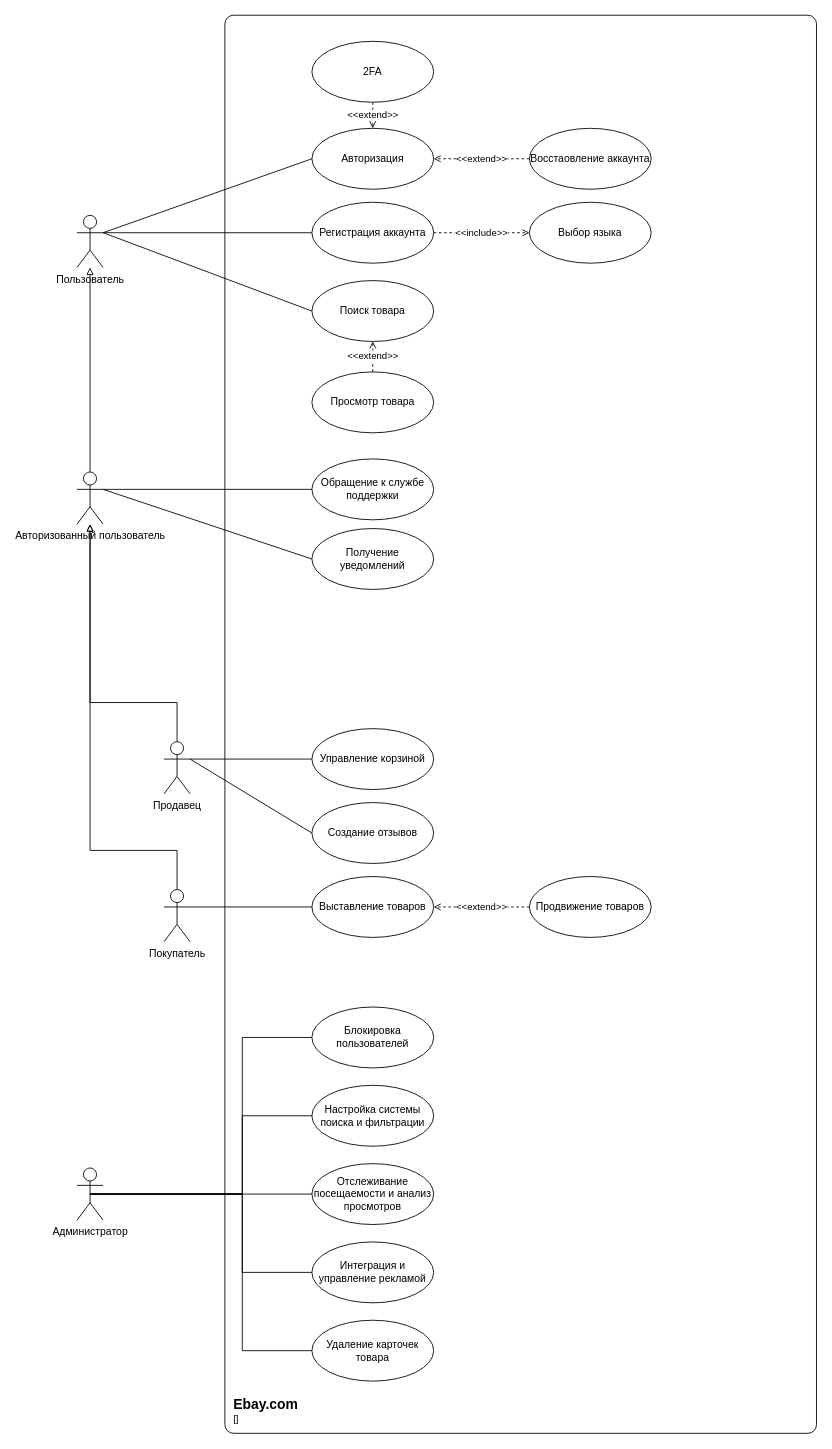
Earlier version of the draw.io diagram 2COURSE/2SEM/OPI/lab1/UseCase.drawio (graevsky/ITMO). Source tidied: cells renumbered, new cells numbered last; positions are measured from the earlier drawing's top-left corner, leaving out a move shared by most shapes. Both pictures are drawn from the tidied source at 87%, with x=0, y=0 at pixel (77, 15).
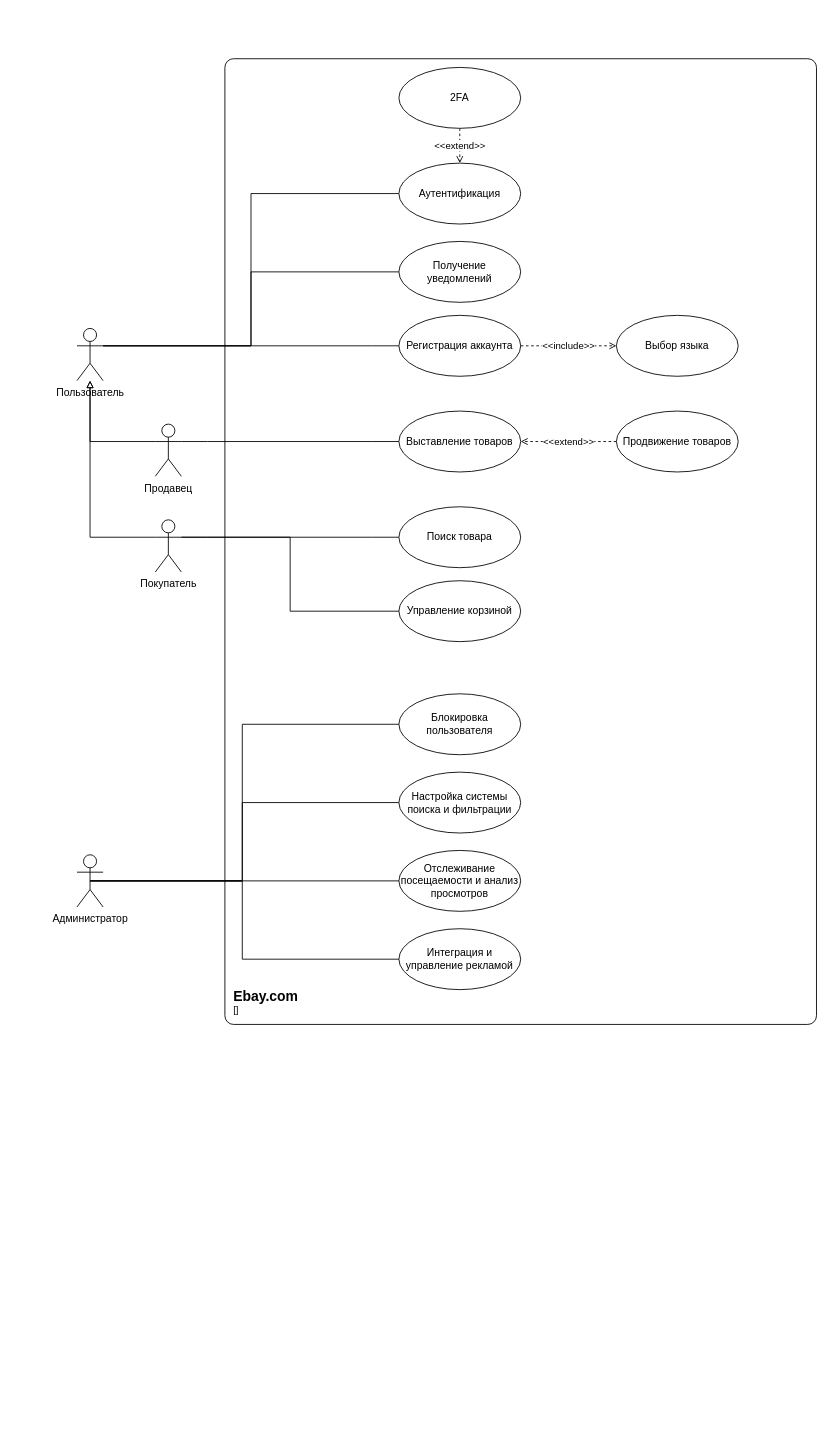
The same page after the edit.

The edit, as a diff of the source:
```diff
@@
     <mxCell id="2" value="Пользователь" style="shape=umlActor;verticalLabelPosition=bottom;verticalAlign=top;html=1;" parent="1" vertex="1">
-      <mxGeometry y="230" width="30" height="60" as="geometry" />
+      <mxGeometry y="360" width="30" height="60" as="geometry" />
     </mxCell>
     <mxCell id="3" value="Регистрация аккаунта" style="ellipse;whiteSpace=wrap;html=1;" parent="1" vertex="1">
-      <mxGeometry x="270" y="215" width="140" height="70" as="geometry" />
+      <mxGeometry x="370" y="345" width="140" height="70" as="geometry" />
     </mxCell>
@@
     <mxCell id="5" value="Поиск товара" style="ellipse;whiteSpace=wrap;html=1;" parent="1" vertex="1">
-      <mxGeometry x="270" y="305" width="140" height="70" as="geometry" />
+      <mxGeometry x="370" y="565" width="140" height="70" as="geometry" />
     </mxCell>
     <mxCell id="6" value="Управление корзиной" style="ellipse;whiteSpace=wrap;html=1;" parent="1" vertex="1">
-      <mxGeometry x="270" y="820" width="140" height="70" as="geometry" />
+      <mxGeometry x="370" y="650" width="140" height="70" as="geometry" />
     </mxCell>
     <mxCell id="7" value="Выбор языка" style="ellipse;whiteSpace=wrap;html=1;" parent="1" vertex="1">
-      <mxGeometry x="520" y="215" width="140" height="70" as="geometry" />
+      <mxGeometry x="620" y="345" width="140" height="70" as="geometry" />
     </mxCell>
+    <mxCell id="47" style="rounded=0;jettySize=auto;html=1;exitX=0;exitY=0.5;exitDx=0;exitDy=0;endArrow=none;endFill=0;entryX=1;entryY=0.3333333333333333;entryDx=0;entryDy=0;entryPerimeter=0;edgeStyle=orthogonalEdgeStyle;" parent="1" edge="1" source="8" target="2">
+      <mxGeometry relative="1" as="geometry" />
+    </mxCell>
     <mxCell id="8" value="Получение уведомлений" style="ellipse;whiteSpace=wrap;html=1;" parent="1" vertex="1">
-      <mxGeometry x="270" y="590" width="140" height="70" as="geometry" />
+      <mxGeometry x="370" y="260" width="140" height="70" as="geometry" />
     </mxCell>
@@
     <mxCell id="10" value="2FA" style="ellipse;whiteSpace=wrap;html=1;" parent="1" vertex="1">
-      <mxGeometry x="270" y="30" width="140" height="70" as="geometry" />
+      <mxGeometry x="370" y="60" width="140" height="70" as="geometry" />
     </mxCell>
+    <mxCell id="36" style="rounded=0;jettySize=auto;html=1;exitX=0;exitY=0.5;exitDx=0;exitDy=0;endArrow=none;endFill=0;entryX=1;entryY=0.3333333333333333;entryDx=0;entryDy=0;entryPerimeter=0;edgeStyle=orthogonalEdgeStyle;" parent="1" edge="1" source="11" target="2">
+      <mxGeometry relative="1" as="geometry" />
+    </mxCell>
-    <mxCell id="11" value="Авторизация" style="ellipse;whiteSpace=wrap;html=1;" parent="1" vertex="1">
-      <mxGeometry x="270" y="130" width="140" height="70" as="geometry" />
+    <mxCell id="11" value="Аутентификация" style="ellipse;whiteSpace=wrap;html=1;" parent="1" vertex="1">
+      <mxGeometry x="370" y="170" width="140" height="70" as="geometry" />
     </mxCell>
     <mxCell id="12" value="Выставление товаров" style="ellipse;whiteSpace=wrap;html=1;" parent="1" vertex="1">
-      <mxGeometry x="270" y="990" width="140" height="70" as="geometry" />
+      <mxGeometry x="370" y="455" width="140" height="70" as="geometry" />
     </mxCell>
@@
     <mxCell id="14" value="Продвижение товаров" style="ellipse;whiteSpace=wrap;html=1;" parent="1" vertex="1">
-      <mxGeometry x="520" y="990" width="140" height="70" as="geometry" />
+      <mxGeometry x="620" y="455" width="140" height="70" as="geometry" />
     </mxCell>
-    <mxCell id="15" style="edgeStyle=orthogonalEdgeStyle;rounded=0;jettySize=auto;html=1;exitX=0.5;exitY=0;exitDx=0;exitDy=0;exitPerimeter=0;endArrow=block;endFill=0;" parent="1" edge="1" source="16" target="32">
-      <mxGeometry relative="1" as="geometry">
-        <Array as="points">
-          <mxPoint x="115" y="960" />
-          <mxPoint x="15" y="960" />
-        </Array>
-      </mxGeometry>
-    </mxCell>
+    <mxCell id="35" style="edgeStyle=entityRelationEdgeStyle;rounded=0;jettySize=auto;html=1;exitX=0;exitY=0.5;exitDx=0;exitDy=0;endArrow=none;endFill=0;entryX=1;entryY=0.3333333333333333;entryDx=0;entryDy=0;entryPerimeter=0;elbow=vertical;" parent="1" edge="1" source="3" target="2">
+      <mxGeometry relative="1" as="geometry" />
+    </mxCell>
+    <mxCell id="48" style="edgeStyle=orthogonalEdgeStyle;rounded=0;jettySize=auto;html=1;exitX=0;exitY=0.3333333333333333;exitDx=0;exitDy=0;exitPerimeter=0;endArrow=block;endFill=0;" parent="1" edge="1" source="16" target="2">
+      <mxGeometry relative="1" as="geometry" />
+    </mxCell>
     <mxCell id="16" value="Покупатель" style="shape=umlActor;verticalLabelPosition=bottom;verticalAlign=top;html=1;" parent="1" vertex="1">
-      <mxGeometry x="100" y="1005" width="30" height="60" as="geometry" />
+      <mxGeometry x="90" y="580" width="30" height="60" as="geometry" />
     </mxCell>
-    <mxCell id="17" style="edgeStyle=orthogonalEdgeStyle;rounded=0;jettySize=auto;html=1;exitX=0.5;exitY=0;exitDx=0;exitDy=0;exitPerimeter=0;endArrow=block;endFill=0;" parent="1" edge="1" source="18" target="32">
-      <mxGeometry relative="1" as="geometry">
-        <Array as="points">
-          <mxPoint x="115" y="790" />
-          <mxPoint x="15" y="790" />
-        </Array>
-      </mxGeometry>
-    </mxCell>
+    <mxCell id="49" style="edgeStyle=orthogonalEdgeStyle;rounded=0;jettySize=auto;html=1;exitX=0;exitY=0.3333333333333333;exitDx=0;exitDy=0;exitPerimeter=0;endArrow=block;endFill=0;" parent="1" edge="1" source="18" target="2">
+      <mxGeometry relative="1" as="geometry" />
+    </mxCell>
     <mxCell id="18" value="Продавец" style="shape=umlActor;verticalLabelPosition=bottom;verticalAlign=top;html=1;" parent="1" vertex="1">
-      <mxGeometry x="100" y="835" width="30" height="60" as="geometry" />
+      <mxGeometry x="90" y="470" width="30" height="60" as="geometry" />
     </mxCell>
+    <mxCell id="50" style="edgeStyle=entityRelationEdgeStyle;rounded=0;jettySize=auto;html=1;exitX=0;exitY=0.5;exitDx=0;exitDy=0;entryX=1;entryY=0.3333333333333333;entryDx=0;entryDy=0;entryPerimeter=0;endArrow=none;endFill=0;" parent="1" edge="1" source="12" target="18">
+      <mxGeometry relative="1" as="geometry" />
+    </mxCell>
+    <mxCell id="51" style="edgeStyle=entityRelationEdgeStyle;rounded=0;jettySize=auto;html=1;exitX=0;exitY=0.5;exitDx=0;exitDy=0;entryX=1;entryY=0.3333333333333333;entryDx=0;entryDy=0;entryPerimeter=0;endArrow=none;endFill=0;" parent="1" edge="1" source="5" target="16">
+      <mxGeometry relative="1" as="geometry" />
+    </mxCell>
+    <mxCell id="52" style="edgeStyle=orthogonalEdgeStyle;rounded=0;jettySize=auto;html=1;exitX=0;exitY=0.5;exitDx=0;exitDy=0;entryX=1;entryY=0.3333333333333333;entryDx=0;entryDy=0;entryPerimeter=0;endArrow=none;endFill=0;" parent="1" edge="1" source="6" target="16">
+      <mxGeometry relative="1" as="geometry" />
+    </mxCell>
     <object id="19" label="&lt;font style=&quot;font-size: 16px&quot;&gt;&lt;b&gt;&lt;div style=&quot;text-align: left&quot;&gt;%c4Name%&lt;/div&gt;&lt;/b&gt;&lt;/font&gt;&lt;div style=&quot;text-align: left&quot;&gt;[%c4Application%]&lt;/div&gt;" c4Application="" c4Name="Ebay.com" placeholders="1">
       <mxCell style="rounded=1;fontSize=11;whiteSpace=wrap;html=1;arcSize=20;labelBackgroundColor=none;align=left;verticalAlign=bottom;labelBorderColor=none;spacingTop=0;spacing=10;perimeter=rectanglePerimeter;noLabel=0;labelPadding=0;absoluteArcSize=1;fillColor=none;" parent="1" vertex="1">
-        <mxGeometry x="170" width="680" height="1630" as="geometry" />
+        <mxGeometry x="170" y="50" width="680" height="1110" as="geometry" />
       </mxCell>
     </object>
     <mxCell id="20" value="Настройка системы поиска и фильтрации" style="ellipse;whiteSpace=wrap;html=1;" parent="1" vertex="1">
-      <mxGeometry x="270" y="1230" width="140" height="70" as="geometry" />
+      <mxGeometry x="370" y="870" width="140" height="70" as="geometry" />
     </mxCell>
     <mxCell id="21" value="Отслеживание посещаемости и анализ просмотров" style="ellipse;whiteSpace=wrap;html=1;" parent="1" vertex="1">
-      <mxGeometry x="270" y="1320" width="140" height="70" as="geometry" />
+      <mxGeometry x="370" y="960" width="140" height="70" as="geometry" />
     </mxCell>
     <mxCell id="22" value="Интеграция и управление рекламой" style="ellipse;whiteSpace=wrap;html=1;" parent="1" vertex="1">
-      <mxGeometry x="270" y="1410" width="140" height="70" as="geometry" />
+      <mxGeometry x="370" y="1050" width="140" height="70" as="geometry" />
     </mxCell>
     <mxCell id="23" value="Администратор" style="shape=umlActor;verticalLabelPosition=bottom;verticalAlign=top;html=1;" parent="1" vertex="1">
-      <mxGeometry y="1325" width="30" height="60" as="geometry" />
+      <mxGeometry y="965" width="30" height="60" as="geometry" />
     </mxCell>
     <mxCell id="24" style="edgeStyle=orthogonalEdgeStyle;rounded=0;jettySize=auto;html=1;exitX=0;exitY=0.5;exitDx=0;exitDy=0;entryX=0.5;entryY=0.5;entryDx=0;entryDy=0;entryPerimeter=0;endArrow=none;endFill=0;" parent="1" edge="1" source="20" target="23">
       <mxGeometry relative="1" as="geometry">
         <Array as="points">
-          <mxPoint x="190" y="1265" />
-          <mxPoint x="190" y="1355" />
+          <mxPoint x="190" y="905" />
+          <mxPoint x="190" y="995" />
         </Array>
       </mxGeometry>
     </mxCell>
@@
     <mxCell id="26" style="edgeStyle=orthogonalEdgeStyle;rounded=0;jettySize=auto;html=1;exitX=0;exitY=0.5;exitDx=0;exitDy=0;entryX=0.5;entryY=0.5;entryDx=0;entryDy=0;entryPerimeter=0;endArrow=none;endFill=0;" parent="1" edge="1" source="22" target="23">
       <mxGeometry relative="1" as="geometry">
         <Array as="points">
-          <mxPoint x="190" y="1445" />
-          <mxPoint x="190" y="1355" />
+          <mxPoint x="190" y="1085" />
+          <mxPoint x="190" y="995" />
         </Array>
       </mxGeometry>
     </mxCell>
-    <mxCell id="27" value="Блокировка пользователей" style="ellipse;whiteSpace=wrap;html=1;" parent="1" vertex="1">
-      <mxGeometry x="270" y="1140" width="140" height="70" as="geometry" />
+    <mxCell id="27" value="Блокировка пользователя" style="ellipse;whiteSpace=wrap;html=1;" parent="1" vertex="1">
+      <mxGeometry x="370" y="780" width="140" height="70" as="geometry" />
     </mxCell>
     <mxCell id="28" style="edgeStyle=orthogonalEdgeStyle;rounded=0;jettySize=auto;html=1;exitX=0;exitY=0.5;exitDx=0;exitDy=0;entryX=0.5;entryY=0.5;entryDx=0;entryDy=0;entryPerimeter=0;endArrow=none;endFill=0;" parent="1" edge="1" source="27" target="23">
       <mxGeometry relative="1" as="geometry">
         <Array as="points">
-          <mxPoint x="190" y="1175" />
-          <mxPoint x="190" y="1355" />
+          <mxPoint x="190" y="815" />
+          <mxPoint x="190" y="995" />
         </Array>
       </mxGeometry>
     </mxCell>
-    <mxCell id="29" value="Удаление карточек товара" style="ellipse;whiteSpace=wrap;html=1;" parent="1" vertex="1">
-      <mxGeometry x="270" y="1500" width="140" height="70" as="geometry" />
-    </mxCell>
-    <mxCell id="30" style="edgeStyle=orthogonalEdgeStyle;rounded=0;jettySize=auto;html=1;exitX=0;exitY=0.5;exitDx=0;exitDy=0;entryX=0.5;entryY=0.5;entryDx=0;entryDy=0;entryPerimeter=0;endArrow=none;endFill=0;" parent="1" edge="1" source="29" target="23">
-      <mxGeometry relative="1" as="geometry">
-        <Array as="points">
-          <mxPoint x="190" y="1535" />
-          <mxPoint x="190" y="1355" />
-        </Array>
-      </mxGeometry>
-    </mxCell>
-    <mxCell id="31" style="edgeStyle=orthogonalEdgeStyle;rounded=0;jettySize=auto;html=1;exitX=0.5;exitY=0;exitDx=0;exitDy=0;exitPerimeter=0;endArrow=block;endFill=0;" parent="1" edge="1" source="32" target="2">
-      <mxGeometry relative="1" as="geometry" />
-    </mxCell>
-    <mxCell id="32" value="Авторизованный пользователь" style="shape=umlActor;verticalLabelPosition=bottom;verticalAlign=top;html=1;" parent="1" vertex="1">
-      <mxGeometry y="525" width="30" height="60" as="geometry" />
-    </mxCell>
-    <mxCell id="33" value="&amp;lt;&amp;lt;extend&amp;gt;&amp;gt;" style="rounded=0;jettySize=auto;html=1;exitX=0;exitY=0.5;exitDx=0;exitDy=0;entryX=1;entryY=0.5;entryDx=0;entryDy=0;dashed=1;endArrow=open;endFill=0;" parent="1" edge="1" source="34" target="11">
-      <mxGeometry relative="1" as="geometry" />
-    </mxCell>
-    <mxCell id="34" value="Восстаовление аккаунта" style="ellipse;whiteSpace=wrap;html=1;" parent="1" vertex="1">
-      <mxGeometry x="520" y="130" width="140" height="70" as="geometry" />
-    </mxCell>
-    <mxCell id="35" style="edgeStyle=orthogonalEdgeStyle;rounded=0;jettySize=auto;html=1;exitX=0;exitY=0.5;exitDx=0;exitDy=0;entryX=1;entryY=0.3333333333333333;entryDx=0;entryDy=0;entryPerimeter=0;endArrow=none;endFill=0;" parent="1" edge="1" source="3" target="2">
-      <mxGeometry relative="1" as="geometry" />
-    </mxCell>
-    <mxCell id="36" style="rounded=0;jettySize=auto;html=1;exitX=0;exitY=0.5;exitDx=0;exitDy=0;entryX=1;entryY=0.3333333333333333;entryDx=0;entryDy=0;entryPerimeter=0;endArrow=none;endFill=0;" parent="1" edge="1" source="11" target="2">
-      <mxGeometry relative="1" as="geometry" />
-    </mxCell>
-    <mxCell id="37" style="rounded=0;jettySize=auto;html=1;exitX=0;exitY=0.5;exitDx=0;exitDy=0;entryX=1;entryY=0.3333333333333333;entryDx=0;entryDy=0;entryPerimeter=0;endArrow=none;endFill=0;" parent="1" edge="1" source="5" target="2">
-      <mxGeometry relative="1" as="geometry" />
-    </mxCell>
-    <mxCell id="38" value="&amp;lt;&amp;lt;extend&amp;gt;&amp;gt;" style="edgeStyle=orthogonalEdgeStyle;rounded=0;jettySize=auto;html=1;exitX=0.5;exitY=0;exitDx=0;exitDy=0;entryX=0.5;entryY=1;entryDx=0;entryDy=0;dashed=1;endArrow=open;endFill=0;" parent="1" edge="1" source="39" target="5">
-      <mxGeometry relative="1" as="geometry" />
-    </mxCell>
-    <mxCell id="39" value="Просмотр товара" style="ellipse;whiteSpace=wrap;html=1;" parent="1" vertex="1">
-      <mxGeometry x="270" y="410" width="140" height="70" as="geometry" />
-    </mxCell>
-    <mxCell id="40" value="Обращение к службе поддержки" style="ellipse;whiteSpace=wrap;html=1;" parent="1" vertex="1">
-      <mxGeometry x="270" y="510" width="140" height="70" as="geometry" />
-    </mxCell>
-    <mxCell id="41" style="edgeStyle=orthogonalEdgeStyle;rounded=0;jettySize=auto;html=1;exitX=0;exitY=0.5;exitDx=0;exitDy=0;entryX=1;entryY=0.3333333333333333;entryDx=0;entryDy=0;entryPerimeter=0;endArrow=none;endFill=0;" parent="1" edge="1" source="40" target="32">
-      <mxGeometry relative="1" as="geometry" />
-    </mxCell>
-    <mxCell id="42" style="rounded=0;jettySize=auto;html=1;exitX=0;exitY=0.5;exitDx=0;exitDy=0;entryX=1;entryY=0.3333333333333333;entryDx=0;entryDy=0;entryPerimeter=0;endArrow=none;endFill=0;" parent="1" edge="1" source="8" target="32">
-      <mxGeometry relative="1" as="geometry" />
-    </mxCell>
-    <mxCell id="43" style="edgeStyle=orthogonalEdgeStyle;rounded=0;jettySize=auto;html=1;exitX=0;exitY=0.5;exitDx=0;exitDy=0;entryX=1;entryY=0.3333333333333333;entryDx=0;entryDy=0;entryPerimeter=0;endArrow=none;endFill=0;" parent="1" edge="1" source="6" target="18">
-      <mxGeometry relative="1" as="geometry" />
-    </mxCell>
-    <mxCell id="44" value="Создание отзывов" style="ellipse;whiteSpace=wrap;html=1;" parent="1" vertex="1">
-      <mxGeometry x="270" y="905" width="140" height="70" as="geometry" />
-    </mxCell>
-    <mxCell id="45" style="rounded=0;jettySize=auto;html=1;exitX=0;exitY=0.5;exitDx=0;exitDy=0;entryX=1;entryY=0.3333333333333333;entryDx=0;entryDy=0;entryPerimeter=0;endArrow=none;endFill=0;" parent="1" edge="1" source="44" target="18">
-      <mxGeometry relative="1" as="geometry" />
-    </mxCell>
-    <mxCell id="46" style="edgeStyle=orthogonalEdgeStyle;rounded=0;jettySize=auto;html=1;exitX=0;exitY=0.5;exitDx=0;exitDy=0;entryX=1;entryY=0.3333333333333333;entryDx=0;entryDy=0;entryPerimeter=0;endArrow=none;endFill=0;" parent="1" edge="1" source="12" target="16">
-      <mxGeometry relative="1" as="geometry" />
-    </mxCell>
```
